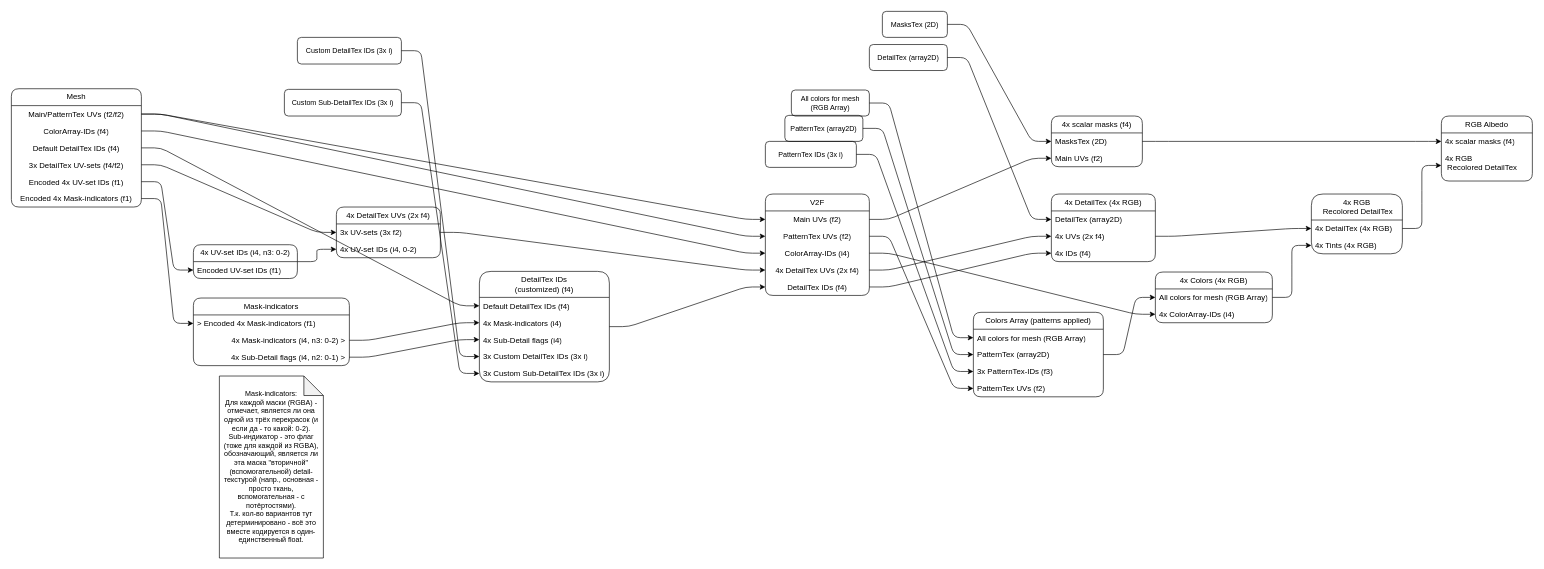
Lex-DRL/draw.io-public keeps this draw.io diagram as WiP.drawio. Above is the earlier version. Source tidied: cells renumbered, new cells numbered last; positions are measured from the earlier drawing's top-left corner, leaving out a move shared by most shapes. Both pictures are drawn from the tidied source at 65%, with x=0, y=0 at pixel (11, 11).
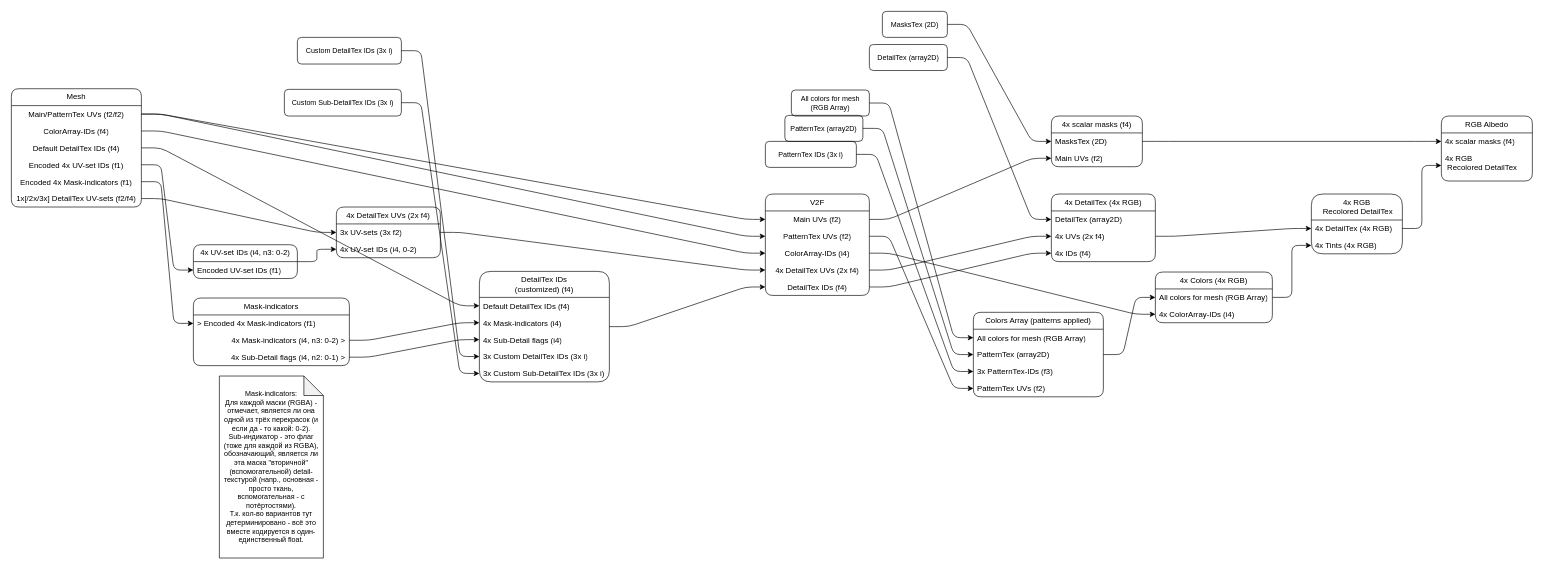
Above is the later version.

The change refers to these unchanged cells:
```xml
<mxCell id="51" value="Mesh" style="swimlane;fontStyle=0;horizontal=1;startSize=26;fillColor=none;whiteSpace=wrap;html=1;rounded=1;" parent="1" vertex="1">
  <mxGeometry y="119" width="200" height="182" as="geometry" />
</mxCell>
```

What changed in the source:
```diff
@@
-    <mxCell id="55" value="&lt;div align=&quot;center&quot;&gt;3x DetailTex UV-sets (f4/f2)&lt;/div&gt;" style="text;strokeColor=none;fillColor=none;align=center;verticalAlign=top;spacingLeft=4;spacingRight=4;overflow=hidden;points=[[0,0.5],[1,0.5]];portConstraint=eastwest;whiteSpace=wrap;html=1;rounded=1;" parent="51" vertex="1">
-      <mxGeometry y="104" width="200" height="26" as="geometry" />
-    </mxCell>
     <mxCell id="56" value="&lt;div align=&quot;center&quot;&gt;Encoded 4x UV-set IDs (f1)&lt;/div&gt;" style="text;strokeColor=none;fillColor=none;align=center;verticalAlign=top;spacingLeft=4;spacingRight=4;overflow=hidden;points=[[0,0.5],[1,0.5]];portConstraint=eastwest;whiteSpace=wrap;html=1;rounded=1;" parent="51" vertex="1">
-      <mxGeometry y="130" width="200" height="26" as="geometry" />
+      <mxGeometry y="104" width="200" height="26" as="geometry" />
     </mxCell>
     <mxCell id="57" value="&lt;div align=&quot;center&quot;&gt;&lt;div align=&quot;center&quot;&gt;Encoded 4x Mask-indicators (f1)&lt;/div&gt;&lt;/div&gt;" style="text;strokeColor=none;fillColor=none;align=center;verticalAlign=top;spacingLeft=4;spacingRight=4;overflow=hidden;points=[[0,0.5],[1,0.5]];portConstraint=eastwest;whiteSpace=wrap;html=1;rounded=1;" parent="51" vertex="1">
-      <mxGeometry y="156" width="200" height="26" as="geometry" />
+      <mxGeometry y="130" width="200" height="26" as="geometry" />
     </mxCell>
+    <mxCell id="55" value="&lt;div align=&quot;center&quot;&gt;1x[/2x/3x] DetailTex UV-sets (f2/f4)&lt;/div&gt;" style="text;strokeColor=none;fillColor=none;align=center;verticalAlign=top;spacingLeft=4;spacingRight=4;overflow=hidden;points=[[0,0.5],[1,0.5]];portConstraint=eastwest;whiteSpace=wrap;html=1;rounded=1;" parent="51" vertex="1">
+      <mxGeometry y="156" width="200" height="26" as="geometry" />
+    </mxCell>
```
